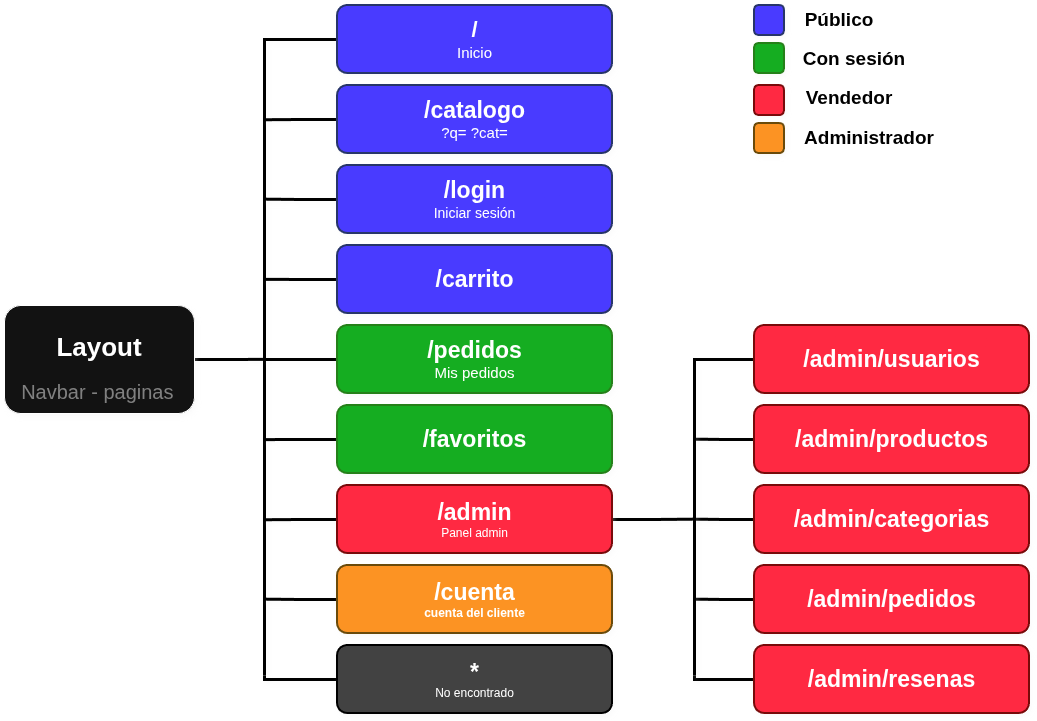
Matheusc4-2007/Mercado-Restringido keeps this draw.io diagram as Diagrama-Rutas.drawio.png. Above is the earlier version. Source tidied: cells renumbered, new cells last; positions are measured from the earlier drawing's top-left corner, leaving out a move shared by most shapes.
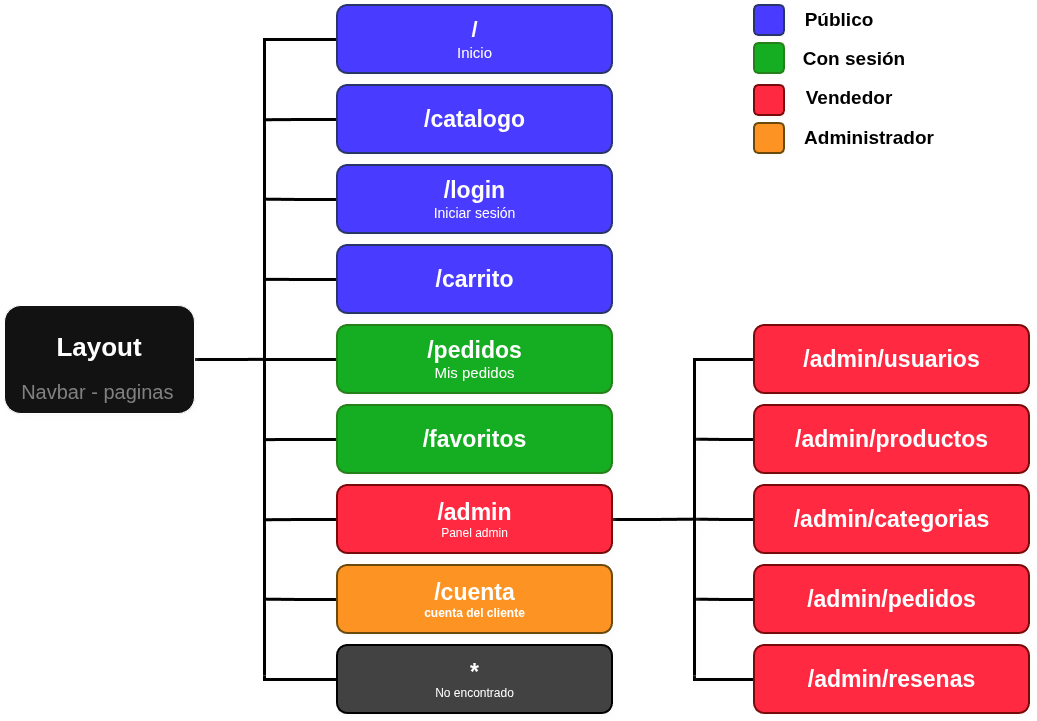
Above is the later version.

Commit message:
corrigiendo diagrama

Diff of the diagram source:
```diff
@@ -23,7 +23,7 @@
         <mxPoint x="260" y="114.2" as="targetPoint" />
       </mxGeometry>
     </mxCell>
-    <mxCell id="7" value="&lt;b&gt;&lt;font style=&quot;font-size: 23px;&quot;&gt;/catalogo&lt;/font&gt;&lt;/b&gt;&lt;br&gt;&lt;font style=&quot;font-size: 15px;&quot;&gt;?q= ?cat=&lt;/font&gt;" style="rounded=1;whiteSpace=wrap;html=1;strokeColor=light-dark(#000000,#273569);roundedPerimeter=1;shadow=1;fillColor=light-dark(#FFFFFF,#493BFF);strokeWidth=2;align=center;verticalAlign=middle;fontFamily=Helvetica;fontSize=12;fontColor=default;" parent="1" vertex="1">
+    <mxCell id="7" value="&lt;b&gt;&lt;font style=&quot;font-size: 23px;&quot;&gt;/catalogo&lt;/font&gt;&lt;/b&gt;" style="rounded=1;whiteSpace=wrap;html=1;strokeColor=light-dark(#000000,#273569);roundedPerimeter=1;shadow=1;fillColor=light-dark(#FFFFFF,#493BFF);strokeWidth=2;align=center;verticalAlign=middle;fontFamily=Helvetica;fontSize=12;fontColor=default;" parent="1" vertex="1">
       <mxGeometry x="333" y="80" width="275" height="68" as="geometry" />
     </mxCell>
     <mxCell id="8" style="edgeStyle=orthogonalEdgeStyle;rounded=0;jettySize=auto;html=1;exitX=0;exitY=0.5;exitDx=0;exitDy=0;defaultLabelBackgroundColor=page;labelPadding=0 4;shadow=1;strokeColor=light-dark(#000000,#000000);strokeWidth=3;align=center;verticalAlign=middle;fontFamily=Helvetica;fontSize=11;fontColor=default;labelBackgroundColor=default;endArrow=none;endFill=0;" parent="1" edge="1" source="9">
```
